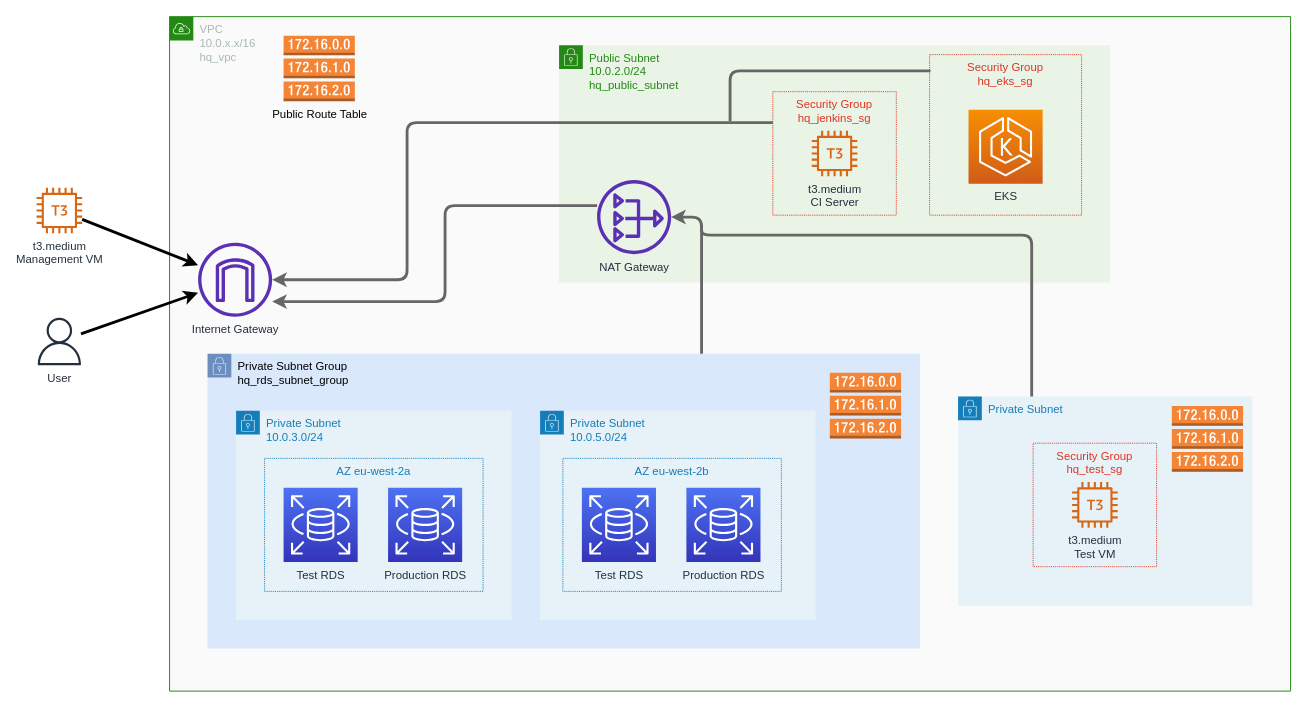
This is other_files/hq_aws_network.drawio from Jenkins-Spice-Latte/QA-Help-Queue-App, a draw.io file, before an edit. Source tidied: cells renumbered, new cells numbered last; positions are measured from the earlier drawing's top-left corner, leaving out a move shared by most shapes. Both pictures are drawn from the tidied source at 95%, with x=0, y=0 at pixel (35, 16).
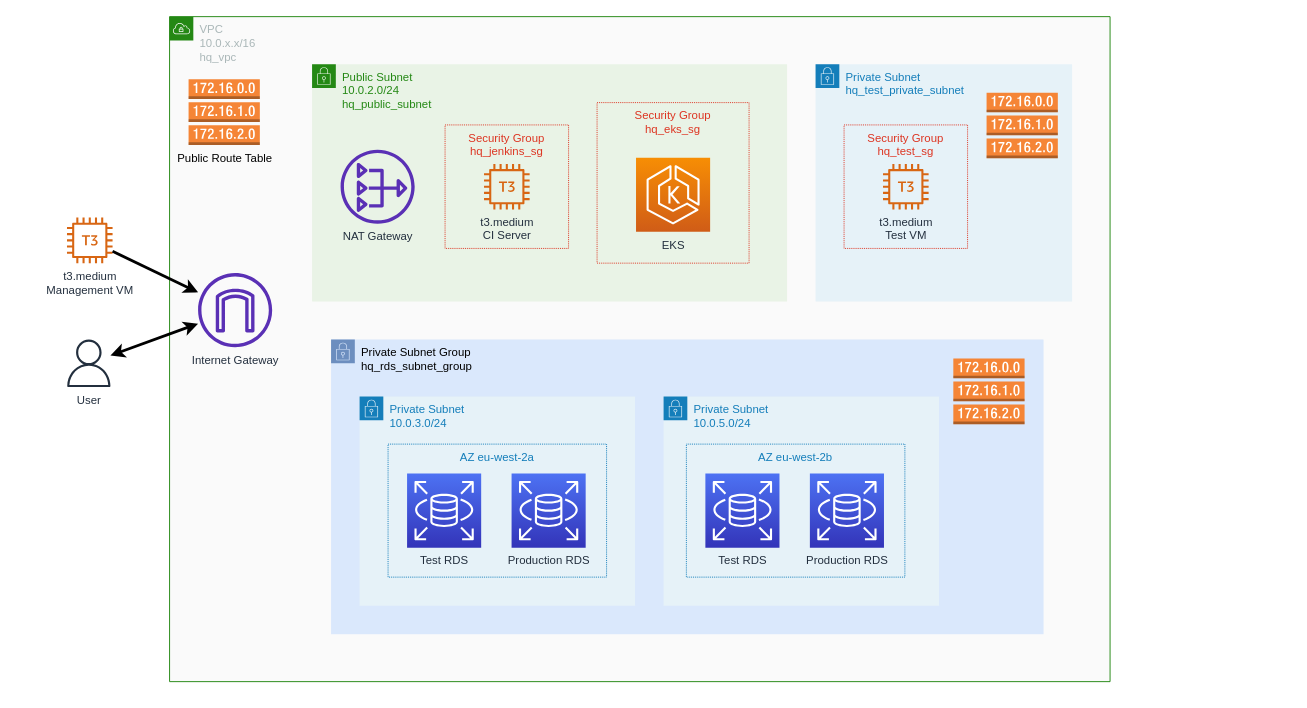
After the change.

Commit message:
cleaning up diagram

The change refers to these unchanged cells:
```xml
<mxCell id="6" value="Private Subnet Group&lt;br&gt;hq_rds_subnet_group" style="points=[[0,0],[0.25,0],[0.5,0],[0.75,0],[1,0],[1,0.25],[1,0.5],[1,0.75],[1,1],[0.75,1],[0.5,1],[0.25,1],[0,1],[0,0.75],[0,0.5],[0,0.25]];outlineConnect=0;html=1;whiteSpace=wrap;fontSize=12;fontStyle=0;shape=mxgraph.aws4.group;grIcon=mxgraph.aws4.group_security_group;grStroke=0;strokeColor=#6c8ebf;fillColor=#dae8fc;verticalAlign=top;align=left;spacingLeft=30;dashed=0;dashPattern=1 1;" parent="5" vertex="1">
  <mxGeometry width="750" height="310" as="geometry" />
</mxCell>
<mxCell id="29" value="Security Group&#10;hq_eks_sg" style="fillColor=none;strokeColor=#DD3522;verticalAlign=top;fontStyle=0;fontColor=#DD3522;dashed=1;dashPattern=1 1;" parent="28" vertex="1">
  <mxGeometry width="160" height="169" as="geometry" />
</mxCell>
<mxCell id="32" value="Security Group&#10;hq_jenkins_sg" style="fillColor=none;strokeColor=#DD3522;verticalAlign=top;fontStyle=0;fontColor=#DD3522;dashed=1;dashPattern=1 1;" parent="31" vertex="1">
  <mxGeometry width="130" height="130" as="geometry" />
</mxCell>
```

Change to the diagram source:
```diff
@@
     <mxCell id="2" value="VPC&lt;br&gt;&lt;div&gt;10.0.x.x/16&lt;/div&gt;&lt;div&gt;hq_vpc&lt;/div&gt;" style="gradientColor=none;html=1;whiteSpace=wrap;fontSize=12;fontStyle=0;shape=mxgraph.aws4.group;grIcon=mxgraph.aws4.group_vpc;strokeColor=#248814;verticalAlign=top;align=left;spacingLeft=30;fontColor=#AAB7B8;dashed=0;dashPattern=1 1;fillColor=#FAFAFA;" parent="1" vertex="1">
-      <mxGeometry x="141" width="1180" height="710" as="geometry" />
+      <mxGeometry x="141" width="990" height="700" as="geometry" />
     </mxCell>
     <mxCell id="3" value="&lt;div&gt;Public Subnet&amp;nbsp;&lt;/div&gt;10.0.2.0/24&lt;div&gt;hq_public_subnet&lt;/div&gt;" style="gradientColor=none;html=1;whiteSpace=wrap;fontSize=12;fontStyle=0;shape=mxgraph.aws4.group;grIcon=mxgraph.aws4.group_security_group;grStroke=0;strokeColor=#248814;fillColor=#E9F3E6;verticalAlign=top;align=left;spacingLeft=30;fontColor=#248814;dashed=0;dashPattern=1 1;" parent="1" vertex="1">
-      <mxGeometry x="551" y="30" width="580" height="250" as="geometry" />
+      <mxGeometry x="291" y="50" width="500" height="250" as="geometry" />
     </mxCell>
     <mxCell id="4" value="NAT Gateway" style="outlineConnect=0;fontColor=#232F3E;gradientColor=none;fillColor=#5A30B5;strokeColor=none;dashed=0;verticalLabelPosition=bottom;verticalAlign=top;align=center;html=1;fontSize=12;fontStyle=0;shape=mxgraph.aws4.nat_gateway;dashPattern=1 1;" parent="1" vertex="1">
-      <mxGeometry x="591" y="172" width="78" height="78" as="geometry" />
+      <mxGeometry x="321" y="140" width="78" height="78" as="geometry" />
     </mxCell>
     <mxCell id="5" style="group;" parent="1" vertex="1">
-      <mxGeometry x="181" y="355" width="750" height="310" as="geometry" />
+      <mxGeometry x="311" y="340" width="750" height="310" as="geometry" />
     </mxCell>
@@
-    <mxCell id="16" style="group;" parent="1" vertex="1">
-      <mxGeometry x="971" y="400" width="310" height="220" as="geometry" />
-    </mxCell>
-    <mxCell id="17" value="Private Subnet" style="points=[[0,0],[0.25,0],[0.5,0],[0.75,0],[1,0],[1,0.25],[1,0.5],[1,0.75],[1,1],[0.75,1],[0.5,1],[0.25,1],[0,1],[0,0.75],[0,0.5],[0,0.25]];outlineConnect=0;gradientColor=none;html=1;whiteSpace=wrap;fontSize=12;fontStyle=0;shape=mxgraph.aws4.group;grIcon=mxgraph.aws4.group_security_group;grStroke=0;strokeColor=#147EBA;fillColor=#E6F2F8;verticalAlign=top;align=left;spacingLeft=30;fontColor=#147EBA;dashed=0;dashPattern=1 1;" parent="16" vertex="1">
-      <mxGeometry width="310" height="220" as="geometry" />
-    </mxCell>
-    <mxCell id="18" value="Security Group&#10;hq_test_sg" style="fillColor=none;strokeColor=#DD3522;verticalAlign=top;fontStyle=0;fontColor=#DD3522;dashed=1;dashPattern=1 1;" parent="16" vertex="1">
-      <mxGeometry x="79" y="49" width="130" height="130" as="geometry" />
-    </mxCell>
-    <mxCell id="19" value="t3.medium&lt;br&gt;Test VM" style="fontColor=#232F3E;gradientColor=none;fillColor=#D86613;strokeColor=none;dashed=0;verticalLabelPosition=bottom;verticalAlign=top;align=center;html=1;fontSize=12;fontStyle=0;shape=mxgraph.aws4.t3_instance;dashPattern=1 1;" parent="16" vertex="1">
-      <mxGeometry x="120" y="90" width="48" height="48" as="geometry" />
-    </mxCell>
-    <mxCell id="20" style="dashed=0;verticalLabelPosition=bottom;verticalAlign=top;align=center;html=1;shape=mxgraph.aws3.route_table;fillColor=#F58536;gradientColor=none;dashPattern=1 1;strokeColor=#000000;strokeWidth=1;" parent="16" vertex="1">
-      <mxGeometry x="225" y="10" width="75" height="69" as="geometry" />
-    </mxCell>
     <mxCell id="21" value="Public Route Table" style="dashed=0;verticalLabelPosition=bottom;verticalAlign=top;align=center;html=1;shape=mxgraph.aws3.route_table;fillColor=#F58536;gradientColor=none;dashPattern=1 1;strokeColor=#000000;strokeWidth=1;" parent="1" vertex="1">
-      <mxGeometry x="261" y="20" width="75" height="69" as="geometry" />
+      <mxGeometry x="161" y="66" width="75" height="69" as="geometry" />
     </mxCell>
     <mxCell id="22" value="Internet Gateway" style="outlineConnect=0;fontColor=#232F3E;gradientColor=none;fillColor=#5A30B5;strokeColor=none;dashed=0;verticalLabelPosition=bottom;verticalAlign=top;align=center;html=1;fontSize=12;fontStyle=0;shape=mxgraph.aws4.internet_gateway;dashPattern=1 1;" parent="1" vertex="1">
-      <mxGeometry x="171" y="238" width="78" height="78" as="geometry" />
+      <mxGeometry x="171" y="270" width="78" height="78" as="geometry" />
     </mxCell>
-    <mxCell id="23" style="edgeStyle=elbowEdgeStyle;elbow=horizontal;endArrow=classic;html=1;strokeWidth=3;fillColor=#f5f5f5;strokeColor=#666666;" parent="1" edge="1" source="6" target="4">
-      <mxGeometry relative="1" as="geometry">
-        <Array as="points">
-          <mxPoint x="701" y="310" />
-          <mxPoint x="861" y="210" />
-          <mxPoint x="880" y="290" />
-        </Array>
-      </mxGeometry>
-    </mxCell>
-    <mxCell id="24" style="edgeStyle=segmentEdgeStyle;endArrow=none;html=1;strokeWidth=3;exitX=0.25;exitY=0;exitDx=0;exitDy=0;fillColor=#f5f5f5;strokeColor=#666666;endFill=0;" parent="1" edge="1" source="17">
-      <mxGeometry relative="1" as="geometry">
-        <mxPoint x="701" y="220" as="targetPoint" />
-        <Array as="points">
-          <mxPoint x="1049" y="230" />
-        </Array>
-      </mxGeometry>
-    </mxCell>
-    <mxCell id="25" style="edgeStyle=segmentEdgeStyle;endArrow=classic;html=1;strokeWidth=3;fillColor=#f5f5f5;strokeColor=#666666;" parent="1" edge="1" source="4" target="22">
-      <mxGeometry relative="1" as="geometry">
-        <Array as="points">
-          <mxPoint x="431" y="199" />
-          <mxPoint x="431" y="300" />
-        </Array>
-      </mxGeometry>
-    </mxCell>
     <mxCell id="26" value="t3.medium&lt;br&gt;Management VM" style="outlineConnect=0;fontColor=#232F3E;gradientColor=none;fillColor=#D86613;strokeColor=none;dashed=0;verticalLabelPosition=bottom;verticalAlign=top;align=center;html=1;fontSize=12;fontStyle=0;shape=mxgraph.aws4.t3_instance;dashPattern=1 1;" parent="1" vertex="1">
-      <mxGeometry x="1" y="180" width="48" height="48" as="geometry" />
+      <mxGeometry x="33" y="211.5" width="48" height="48" as="geometry" />
     </mxCell>
@@
     <mxCell id="28" style="group;" parent="1" vertex="1">
-      <mxGeometry x="941" y="40" width="160" height="169" as="geometry" />
+      <mxGeometry x="591" y="90.5" width="160" height="169" as="geometry" />
     </mxCell>
@@
     <mxCell id="31" style="group;" parent="1" vertex="1">
-      <mxGeometry x="776" y="79" width="130" height="130" as="geometry" />
+      <mxGeometry x="431" y="114" width="130" height="130" as="geometry" />
     </mxCell>
@@
-    <mxCell id="34" style="edgeStyle=elbowEdgeStyle;elbow=horizontal;endArrow=classic;html=1;strokeWidth=3;exitX=0;exitY=0.25;exitDx=0;exitDy=0;fillColor=#f5f5f5;strokeColor=#666666;" parent="1" edge="1" source="32" target="22">
-      <mxGeometry relative="1" as="geometry">
-        <Array as="points">
-          <mxPoint x="391" y="180" />
-          <mxPoint x="411" y="112" />
-        </Array>
-      </mxGeometry>
-    </mxCell>
-    <mxCell id="35" style="edgeStyle=elbowEdgeStyle;elbow=horizontal;endArrow=none;html=1;strokeWidth=3;exitX=0.006;exitY=0.101;exitDx=0;exitDy=0;fillColor=#f5f5f5;strokeColor=#666666;exitPerimeter=0;endFill=0;" parent="1" edge="1" source="29">
-      <mxGeometry relative="1" as="geometry">
-        <mxPoint x="731" y="110" as="targetPoint" />
-        <Array as="points">
-          <mxPoint x="731" y="140" />
-          <mxPoint x="576" y="61.8" />
-        </Array>
-      </mxGeometry>
-    </mxCell>
     <mxCell id="36" value="User" style="outlineConnect=0;fontColor=#232F3E;gradientColor=none;fillColor=#232F3E;strokeColor=none;dashed=0;verticalLabelPosition=bottom;verticalAlign=top;align=center;html=1;fontSize=12;fontStyle=0;shape=mxgraph.aws4.user;dashPattern=1 1;" parent="1" vertex="1">
-      <mxGeometry y="317" width="50" height="50" as="geometry" />
+      <mxGeometry x="31" y="340" width="50" height="50" as="geometry" />
     </mxCell>
-    <mxCell id="37" style="endArrow=classic;html=1;strokeWidth=3;" parent="1" edge="1" source="36" target="22">
+    <mxCell id="37" style="endArrow=classic;html=1;strokeWidth=3;startArrow=classic;startFill=1;" parent="1" edge="1" source="36" target="22">
       <mxGeometry relative="1" as="geometry" />
     </mxCell>
+    <mxCell id="38" style="group;" parent="1" vertex="1">
+      <mxGeometry x="821" y="50" width="270" height="250" as="geometry" />
+    </mxCell>
+    <mxCell id="39" value="Private Subnet&lt;br&gt;hq_test_private_subnet" style="gradientColor=none;html=1;whiteSpace=wrap;fontSize=12;fontStyle=0;shape=mxgraph.aws4.group;grIcon=mxgraph.aws4.group_security_group;grStroke=0;strokeColor=#147EBA;fillColor=#E6F2F8;verticalAlign=top;align=left;spacingLeft=30;fontColor=#147EBA;dashed=0;dashPattern=1 1;" parent="38" vertex="1">
+      <mxGeometry width="270" height="250" as="geometry" />
+    </mxCell>
+    <mxCell id="18" value="Security Group&#10;hq_test_sg" style="fillColor=none;strokeColor=#DD3522;verticalAlign=top;fontStyle=0;fontColor=#DD3522;dashed=1;dashPattern=1 1;" parent="38" vertex="1">
+      <mxGeometry x="30" y="64" width="130" height="130" as="geometry" />
+    </mxCell>
+    <mxCell id="19" value="t3.medium&lt;br&gt;Test VM" style="fontColor=#232F3E;gradientColor=none;fillColor=#D86613;strokeColor=none;dashed=0;verticalLabelPosition=bottom;verticalAlign=top;align=center;html=1;fontSize=12;fontStyle=0;shape=mxgraph.aws4.t3_instance;dashPattern=1 1;" parent="38" vertex="1">
+      <mxGeometry x="71" y="105" width="48" height="48" as="geometry" />
+    </mxCell>
+    <mxCell id="40" style="dashed=0;verticalLabelPosition=bottom;verticalAlign=top;align=center;html=1;shape=mxgraph.aws3.route_table;fillColor=#F58536;gradientColor=none;dashPattern=1 1;strokeColor=#000000;strokeWidth=1;" parent="38" vertex="1">
+      <mxGeometry x="180" y="30" width="75" height="69" as="geometry" />
+    </mxCell>
```
